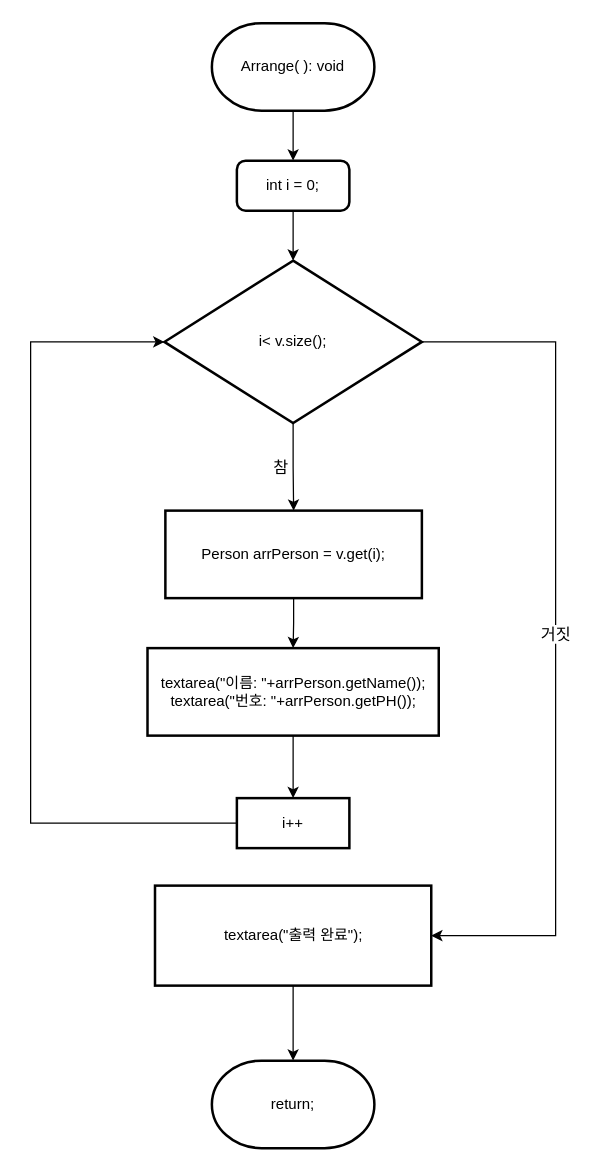
This is 순서도/Arrange 순서도.drawio from skatld123/PH_list_java, a draw.io file, before an edit. Source tidied: cells renumbered, new cells numbered last; positions are measured from the earlier drawing's top-left corner, leaving out a move shared by most shapes. Both pictures are drawn from the tidied source at 125%, with x=0, y=0 at pixel (30, 22).
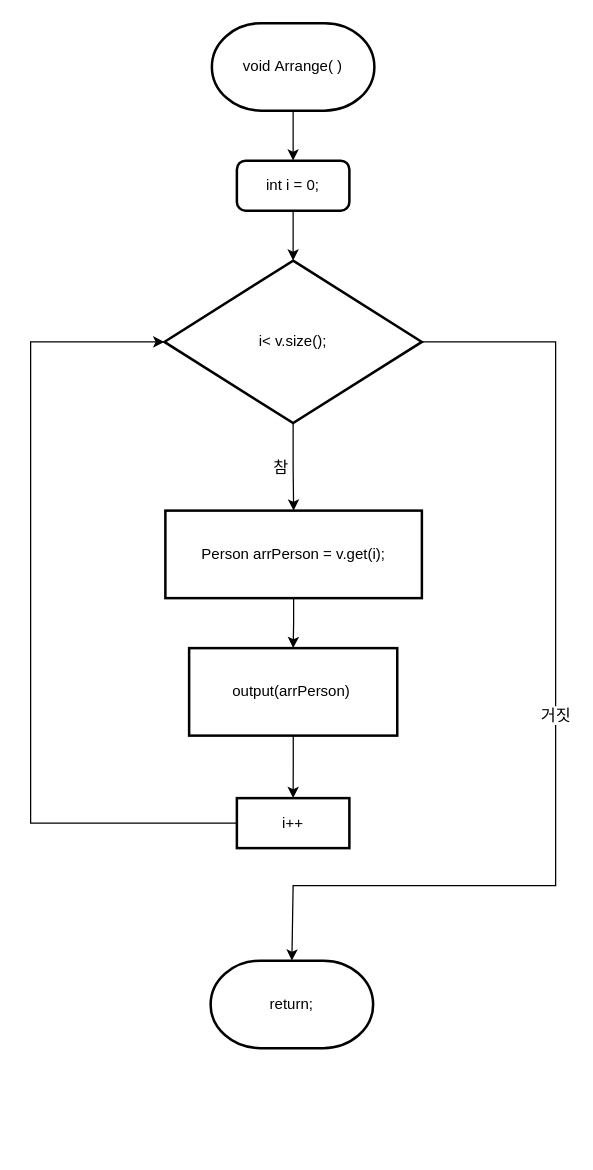
After the change.

Commit message:
Arrange 순서도.drawio 업데이트

The change refers to these unchanged cells:
```xml
<mxCell id="11" value="i&amp;lt; v.size();" style="strokeWidth=2;html=1;shape=mxgraph.flowchart.decision;whiteSpace=wrap;" parent="1" vertex="1">
  <mxGeometry x="107" y="190" width="206" height="130" as="geometry" />
</mxCell>
```

Diff of the diagram source:
```diff
@@
-    <mxCell id="5" value="&lt;span style=&quot;text-align: left&quot;&gt;Arrange( ): void&lt;/span&gt;" style="strokeWidth=2;html=1;shape=mxgraph.flowchart.terminator;whiteSpace=wrap;" parent="1" vertex="1">
+    <mxCell id="5" value="&lt;span style=&quot;text-align: left&quot;&gt;void&amp;nbsp;&lt;/span&gt;&lt;span style=&quot;text-align: left&quot;&gt;Arrange( )&lt;/span&gt;" style="strokeWidth=2;html=1;shape=mxgraph.flowchart.terminator;whiteSpace=wrap;" parent="1" vertex="1">
       <mxGeometry x="145" width="130" height="70" as="geometry" />
     </mxCell>
     <mxCell id="6" value="return;" style="strokeWidth=2;html=1;shape=mxgraph.flowchart.terminator;whiteSpace=wrap;" parent="1" vertex="1">
-      <mxGeometry x="145" y="830" width="130" height="70" as="geometry" />
+      <mxGeometry x="144" y="750" width="130" height="70" as="geometry" />
     </mxCell>
-    <mxCell id="7" style="edgeStyle=orthogonalEdgeStyle;rounded=0;jettySize=auto;html=1;exitX=0.5;exitY=1;exitDx=0;exitDy=0;entryX=0.5;entryY=0;entryDx=0;entryDy=0;entryPerimeter=0;fontSize=13;" parent="1" edge="1" source="8" target="6">
-      <mxGeometry relative="1" as="geometry" />
-    </mxCell>
-    <mxCell id="8" value="textarea(&quot;출력 완료&quot;);" style="rounded=1;whiteSpace=wrap;html=1;absoluteArcSize=1;arcSize=0;strokeWidth=2;" parent="1" vertex="1">
-      <mxGeometry x="99.5" y="690" width="221" height="80" as="geometry" />
-    </mxCell>
@@
-    <mxCell id="10" value="거짓" style="edgeStyle=orthogonalEdgeStyle;rounded=0;jettySize=auto;html=1;exitX=1;exitY=0.5;exitDx=0;exitDy=0;exitPerimeter=0;fontSize=13;entryX=1;entryY=0.5;entryDx=0;entryDy=0;" parent="1" edge="1" source="11" target="8">
+    <mxCell id="10" value="거짓" style="edgeStyle=orthogonalEdgeStyle;rounded=0;jettySize=auto;html=1;exitX=1;exitY=0.5;exitDx=0;exitDy=0;exitPerimeter=0;fontSize=13;entryX=0.5;entryY=0;entryDx=0;entryDy=0;entryPerimeter=0;" parent="1" edge="1" source="11" target="6">
       <mxGeometry relative="1" as="geometry">
         <Array as="points">
           <mxPoint x="420" y="255" />
-          <mxPoint x="420" y="730" />
+          <mxPoint x="420" y="690" />
+          <mxPoint x="210" y="690" />
         </Array>
       </mxGeometry>
     </mxCell>
@@
-    <mxCell id="17" value="textarea(&quot;이름: &quot;+arrPerson.getName());&lt;br&gt;textarea(&quot;번호: &quot;+arrPerson.getPH());" style="rounded=1;whiteSpace=wrap;html=1;absoluteArcSize=1;arcSize=0;strokeWidth=2;" parent="1" vertex="1">
-      <mxGeometry x="93.5" y="500" width="233" height="70" as="geometry" />
+    <mxCell id="17" value="&lt;span style=&quot;font-family: &amp;#34;helvetica&amp;#34; ; text-align: left&quot;&gt;output(arrPerson)&amp;nbsp;&lt;/span&gt;" style="rounded=1;whiteSpace=wrap;html=1;absoluteArcSize=1;arcSize=0;strokeWidth=2;" parent="1" vertex="1">
+      <mxGeometry x="126.8" y="500" width="166.5" height="70" as="geometry" />
     </mxCell>
```
